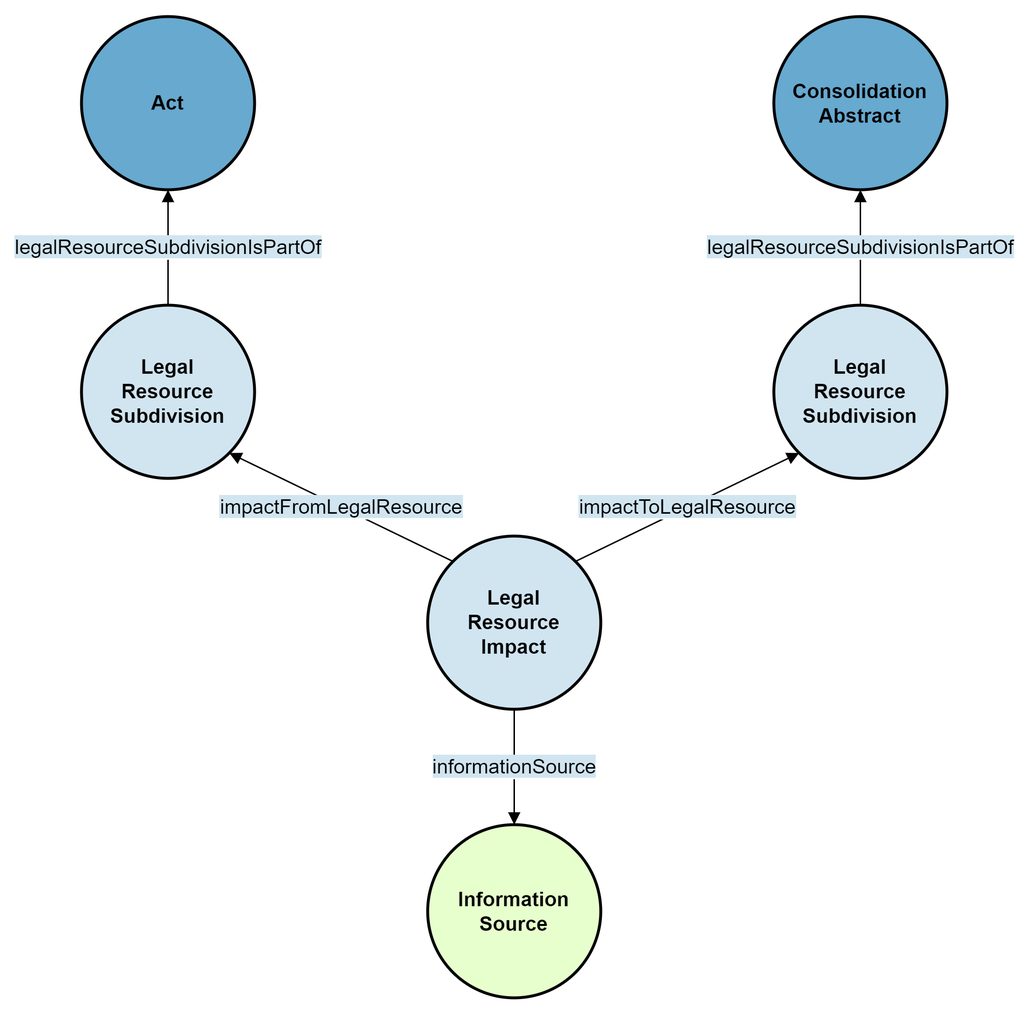
The draw.io diagram doc/img/impact.png in swiss/fedlex-jolux, before a commit. Source tidied: cells renumbered, new cells last; positions are measured from the earlier drawing's top-left corner, leaving out a move shared by most shapes.
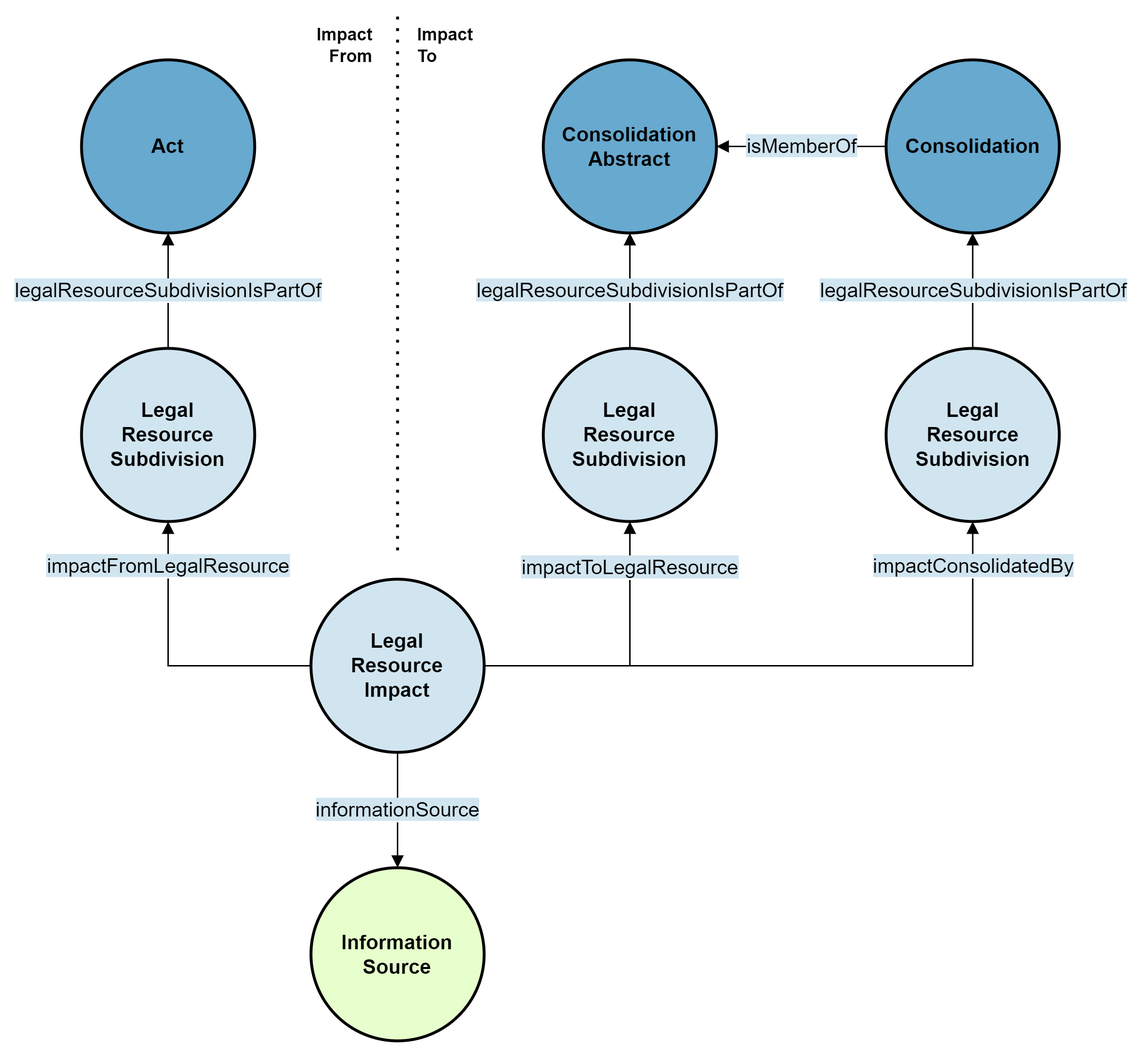
The same diagram one commit later.

The edit, as a diff of the source:
```diff
@@ -3,25 +3,25 @@
     <mxCell id="0" />
     <mxCell id="1" parent="0" />
     <mxCell id="2" value="&lt;b&gt;Act&lt;br&gt;&lt;/b&gt;" style="ellipse;whiteSpace=wrap;html=1;rounded=0;shadow=0;glass=0;comic=0;strokeColor=#000000;strokeWidth=2;fillColor=#67A9CF;gradientColor=none;fontSize=14;fontColor=#000000;align=center;" parent="1" vertex="1">
-      <mxGeometry width="120" height="120" as="geometry" />
+      <mxGeometry x="-40" width="120" height="120" as="geometry" />
     </mxCell>
     <mxCell id="3" value="&lt;b&gt;Legal&lt;br&gt;Resource&lt;br&gt;Impact&lt;/b&gt;" style="ellipse;whiteSpace=wrap;html=1;rounded=0;shadow=0;glass=0;comic=0;strokeColor=#000000;strokeWidth=2;fillColor=#D1E5F0;gradientColor=none;fontSize=14;fontColor=#000000;align=center;" parent="1" vertex="1">
-      <mxGeometry x="240" y="360" width="120" height="120" as="geometry" />
+      <mxGeometry x="119" y="360" width="120" height="120" as="geometry" />
     </mxCell>
     <mxCell id="4" value="&lt;b&gt;Legal&lt;br&gt;Resource&lt;br&gt;Subdivision&lt;/b&gt;" style="ellipse;whiteSpace=wrap;html=1;rounded=0;shadow=0;glass=0;comic=0;strokeColor=#000000;strokeWidth=2;fillColor=#D1E5F0;gradientColor=none;fontSize=14;fontColor=#000000;align=center;" parent="1" vertex="1">
-      <mxGeometry y="200" width="120" height="120" as="geometry" />
+      <mxGeometry x="-40" y="200" width="120" height="120" as="geometry" />
     </mxCell>
     <mxCell id="5" value="&lt;b&gt;Consolidation&lt;br&gt;Abstract&lt;br&gt;&lt;/b&gt;" style="ellipse;whiteSpace=wrap;html=1;rounded=0;shadow=0;glass=0;comic=0;strokeColor=#000000;strokeWidth=2;fillColor=#67A9CF;gradientColor=none;fontSize=14;fontColor=#000000;align=center;" parent="1" vertex="1">
-      <mxGeometry x="480" width="120" height="120" as="geometry" />
+      <mxGeometry x="280" width="120" height="120" as="geometry" />
     </mxCell>
     <mxCell id="6" value="&lt;b&gt;Legal&lt;br&gt;Resource&lt;br&gt;Subdivision&lt;/b&gt;" style="ellipse;whiteSpace=wrap;html=1;rounded=0;shadow=0;glass=0;comic=0;strokeColor=#000000;strokeWidth=2;fillColor=#D1E5F0;gradientColor=none;fontSize=14;fontColor=#000000;align=center;" parent="1" vertex="1">
-      <mxGeometry x="480" y="200" width="120" height="120" as="geometry" />
+      <mxGeometry x="280" y="200" width="120" height="120" as="geometry" />
     </mxCell>
-    <mxCell id="7" value="&lt;span style=&quot;background-color: rgb(209, 229, 240);&quot;&gt;impactFromLegalResource&lt;/span&gt;" style="endArrow=block;html=1;strokeColor=#000000;fontSize=14;fontColor=#000000;endFill=1;entryX=1;entryY=1;entryDx=0;entryDy=0;exitX=0;exitY=0;exitDx=0;exitDy=0;" parent="1" edge="1" source="3" target="4">
-      <mxGeometry relative="1" as="geometry" />
+    <mxCell id="7" value="&lt;span style=&quot;background-color: rgb(209, 229, 240);&quot;&gt;impactFromLegalResource&lt;/span&gt;" style="endArrow=block;html=1;strokeColor=#000000;fontSize=14;fontColor=#000000;endFill=1;entryX=0.5;entryY=1;entryDx=0;entryDy=0;exitX=0;exitY=0.5;exitDx=0;exitDy=0;edgeStyle=orthogonalEdgeStyle;rounded=0;" parent="1" edge="1" source="3" target="4">
+      <mxGeometry x="0.68" relative="1" as="geometry" />
     </mxCell>
-    <mxCell id="8" value="&lt;span style=&quot;background-color: rgb(209, 229, 240);&quot;&gt;impactToLegalResource&lt;/span&gt;" style="endArrow=block;html=1;strokeColor=#000000;fontSize=14;fontColor=#000000;endFill=1;entryX=0;entryY=1;entryDx=0;entryDy=0;exitX=1;exitY=0;exitDx=0;exitDy=0;" parent="1" edge="1" source="3" target="6">
-      <mxGeometry relative="1" as="geometry" />
+    <mxCell id="8" value="&lt;span style=&quot;background-color: rgb(209, 229, 240);&quot;&gt;impactToLegalResource&lt;/span&gt;" style="endArrow=block;html=1;strokeColor=#000000;fontSize=14;fontColor=#000000;endFill=1;entryX=0.5;entryY=1;entryDx=0;entryDy=0;exitX=1;exitY=0.5;exitDx=0;exitDy=0;edgeStyle=orthogonalEdgeStyle;rounded=0;" parent="1" edge="1" source="3" target="6">
+      <mxGeometry x="0.68" relative="1" as="geometry" />
     </mxCell>
     <mxCell id="9" value="&lt;span style=&quot;background-color: rgb(209, 229, 240);&quot;&gt;legalResourceSubdivisionIsPartOf&lt;/span&gt;" style="endArrow=block;html=1;strokeColor=#000000;fontSize=14;fontColor=#000000;endFill=1;entryX=0.5;entryY=1;entryDx=0;entryDy=0;exitX=0.5;exitY=0;exitDx=0;exitDy=0;" parent="1" edge="1" source="4" target="2">
       <mxGeometry relative="1" as="geometry" />
@@ -30,10 +30,37 @@
       <mxGeometry relative="1" as="geometry" />
     </mxCell>
     <mxCell id="11" value="&lt;b&gt;Information&lt;br&gt;Source&lt;/b&gt;" style="ellipse;whiteSpace=wrap;html=1;rounded=0;shadow=0;glass=0;comic=0;strokeColor=#000000;strokeWidth=2;fillColor=#E6FFCC;gradientColor=none;fontSize=14;fontColor=#000000;align=center;" parent="1" vertex="1">
-      <mxGeometry x="240" y="560" width="120" height="120" as="geometry" />
+      <mxGeometry x="119" y="560" width="120" height="120" as="geometry" />
     </mxCell>
     <mxCell id="12" value="&lt;span style=&quot;background-color: rgb(209, 229, 240);&quot;&gt;informationSource&lt;/span&gt;" style="endArrow=block;html=1;strokeColor=#000000;fontSize=14;fontColor=#000000;endFill=1;entryX=0.5;entryY=0;entryDx=0;entryDy=0;exitX=0.5;exitY=1;exitDx=0;exitDy=0;" parent="1" edge="1" source="3" target="11">
       <mxGeometry relative="1" as="geometry" />
     </mxCell>
+    <mxCell id="13" value="&lt;b&gt;Consolidation&lt;br&gt;&lt;/b&gt;" style="ellipse;whiteSpace=wrap;html=1;rounded=0;shadow=0;glass=0;comic=0;strokeColor=#000000;strokeWidth=2;fillColor=#67A9CF;gradientColor=none;fontSize=14;fontColor=#000000;align=center;" parent="1" vertex="1">
+      <mxGeometry x="517.6" width="120" height="120" as="geometry" />
+    </mxCell>
+    <mxCell id="14" value="&lt;b&gt;Legal&lt;br&gt;Resource&lt;br&gt;Subdivision&lt;/b&gt;" style="ellipse;whiteSpace=wrap;html=1;rounded=0;shadow=0;glass=0;comic=0;strokeColor=#000000;strokeWidth=2;fillColor=#D1E5F0;gradientColor=none;fontSize=14;fontColor=#000000;align=center;" parent="1" vertex="1">
+      <mxGeometry x="517.6" y="200" width="120" height="120" as="geometry" />
+    </mxCell>
+    <mxCell id="15" value="&lt;span style=&quot;background-color: rgb(209, 229, 240);&quot;&gt;impactConsolidatedBy&lt;/span&gt;" style="endArrow=block;html=1;strokeColor=#000000;fontSize=14;fontColor=#000000;endFill=1;entryX=0.5;entryY=1;entryDx=0;entryDy=0;exitX=1;exitY=0.5;exitDx=0;exitDy=0;edgeStyle=orthogonalEdgeStyle;rounded=0;" parent="1" edge="1" source="3" target="14">
+      <mxGeometry x="0.86" relative="1" as="geometry" />
+    </mxCell>
+    <mxCell id="16" value="&lt;span style=&quot;background-color: rgb(209, 229, 240);&quot;&gt;legalResourceSubdivisionIsPartOf&lt;/span&gt;" style="endArrow=block;html=1;strokeColor=#000000;fontSize=14;fontColor=#000000;endFill=1;entryX=0.5;entryY=1;entryDx=0;entryDy=0;exitX=0.5;exitY=0;exitDx=0;exitDy=0;" parent="1" edge="1" source="14" target="13">
+      <mxGeometry relative="1" as="geometry" />
+    </mxCell>
+    <mxCell id="17" value="&lt;span style=&quot;background-color: rgb(209, 229, 240);&quot;&gt;isMemberOf&lt;/span&gt;" style="endArrow=block;html=1;strokeColor=#000000;fontSize=14;fontColor=#000000;endFill=1;entryX=1;entryY=0.5;entryDx=0;entryDy=0;exitX=0;exitY=0.5;exitDx=0;exitDy=0;" parent="1" edge="1" source="13" target="5">
+      <mxGeometry relative="1" as="geometry" />
+    </mxCell>
+    <mxCell id="18" style="endArrow=none;dashed=1;html=1;dashPattern=1 3;strokeWidth=2;rounded=0;" parent="1" edge="1">
+      <mxGeometry relative="1" as="geometry">
+        <mxPoint x="179" y="340" as="sourcePoint" />
+        <mxPoint x="179" y="-30" as="targetPoint" />
+      </mxGeometry>
+    </mxCell>
+    <mxCell id="19" value="&lt;b&gt;Impact From&lt;/b&gt;" style="text;strokeColor=none;align=right;fillColor=none;html=1;verticalAlign=middle;whiteSpace=wrap;rounded=0;" parent="1" vertex="1">
+      <mxGeometry x="104" y="-30" width="60" height="40" as="geometry" />
+    </mxCell>
+    <mxCell id="20" value="&lt;b&gt;Impact &lt;br&gt;To&lt;/b&gt;" style="text;strokeColor=none;align=left;fillColor=none;html=1;verticalAlign=middle;whiteSpace=wrap;rounded=0;" parent="1" vertex="1">
+      <mxGeometry x="191" y="-30" width="60" height="40" as="geometry" />
+    </mxCell>
   </root>
 </mxGraphModel>
```
